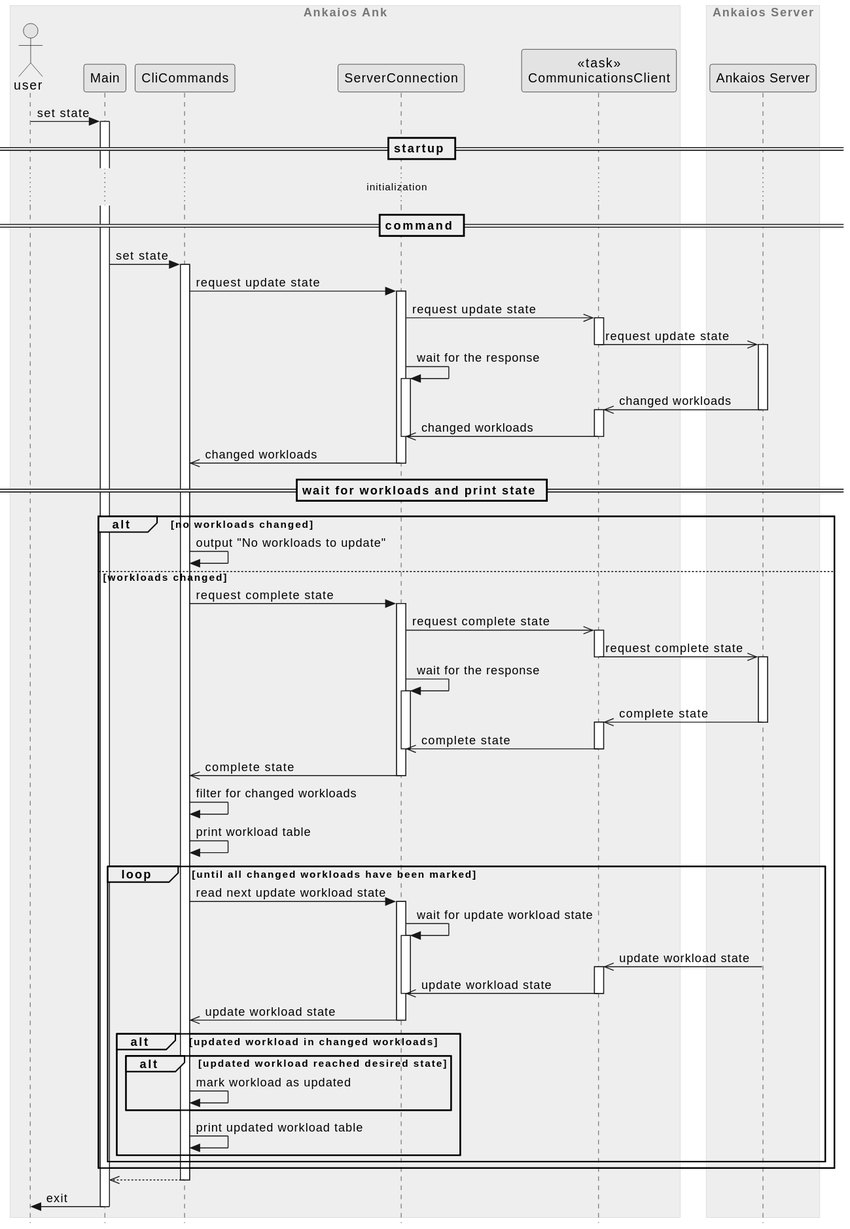
This is ank/doc/swdesign/plantuml/seq_set_state.svg from eclipse-ankaios/ankaios, a PlantUML export, as it was before one commit.
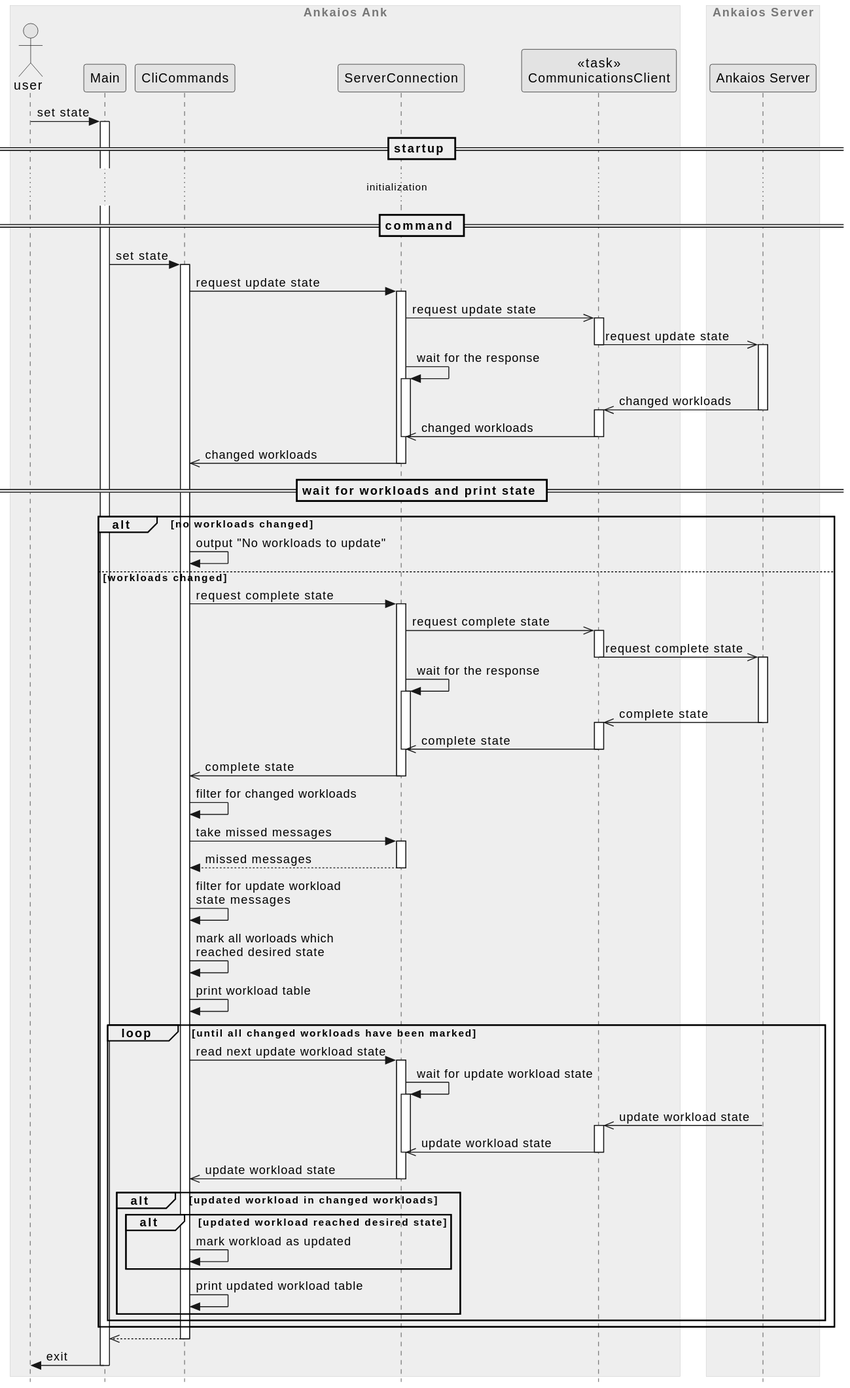
After the commit.

Commit message:
Describe Ank CLI stores unexpected messages

Diff of the diagram source:
```diff
@@ -49,6 +49,12 @@
     deactivate server_connection
     cli_commands <<- server_connection --: complete state
     cli_commands -> cli_commands: filter for changed workloads
+
+    cli_commands -> server_connection ++: take missed messages
+    return missed messages
+    cli_commands -> cli_commands: filter for update workload\nstate messages
+    cli_commands -> cli_commands: mark all worloads which\nreached desired state
+
     cli_commands -> cli_commands: print workload table
 
     loop until all changed workloads have been marked
```
